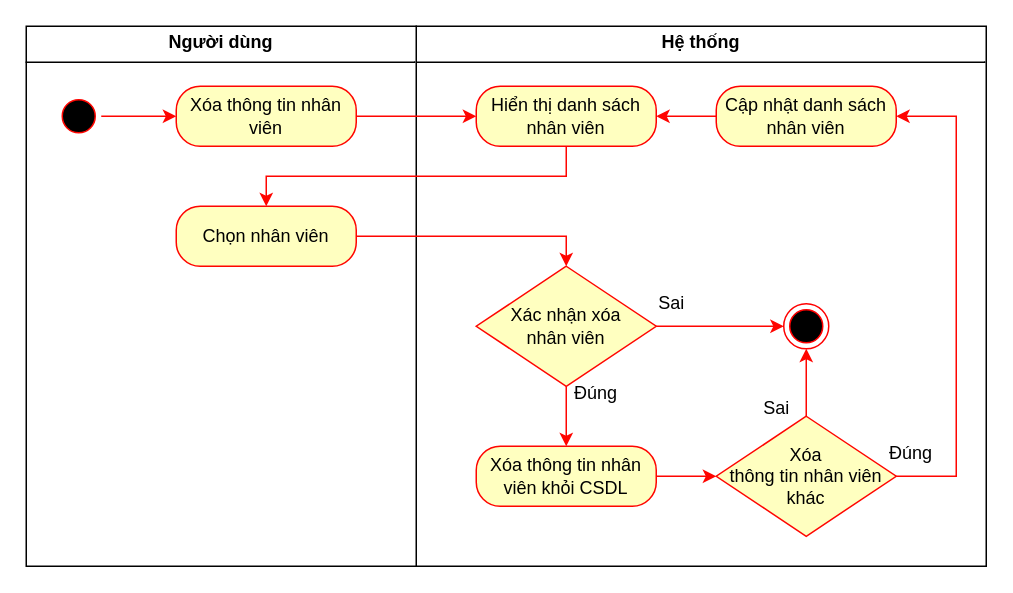
This is Sơ đồ hoạt động UC xóa thông tin nhân viên.drawio from HaojackYT/DAA_SA, a draw.io file, before an edit. Source tidied: cells renumbered, new cells numbered last; positions are measured from the earlier drawing's top-left corner, leaving out a move shared by most shapes. Both pictures are drawn from the tidied source at 150%, with x=0, y=0 at pixel (26, 26).
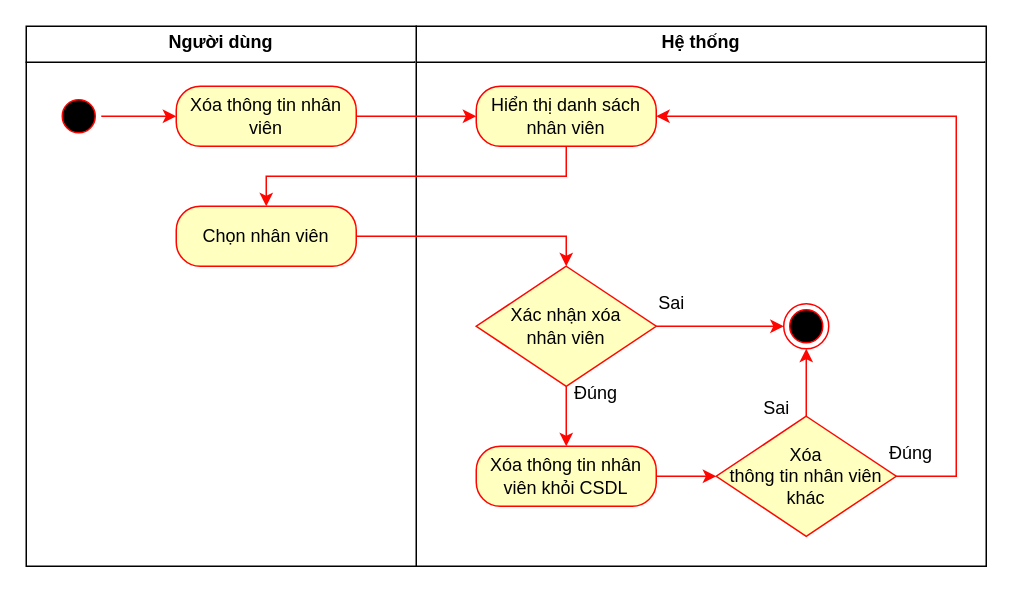
The same diagram, later.

The change refers to these unchanged cells:
```xml
<mxCell id="11" value="Hiển thị danh sách nhân viên" style="rounded=1;whiteSpace=wrap;html=1;arcSize=40;fontColor=#000000;fillColor=#ffffc0;strokeColor=#ff0000;" parent="1" vertex="1">
  <mxGeometry x="300" y="40" width="120" height="40" as="geometry" />
</mxCell>
<mxCell id="19" value="Xóa&lt;br&gt;thông tin&amp;nbsp;&lt;span style=&quot;background-color: transparent; color: light-dark(rgb(0, 0, 0), rgb(237, 237, 237));&quot;&gt;nhân viên&lt;/span&gt;&lt;div&gt;khác&lt;/div&gt;" style="rhombus;whiteSpace=wrap;html=1;fontColor=#000000;fillColor=#ffffc0;strokeColor=#FF0500;" parent="1" vertex="1">
  <mxGeometry x="460" y="260" width="120" height="80" as="geometry" />
</mxCell>
```

Diff of the diagram source:
```diff
@@
-    <mxCell id="18" style="edgeStyle=orthogonalEdgeStyle;rounded=0;jettySize=auto;html=1;entryX=1;entryY=0.5;entryDx=0;entryDy=0;strokeColor=#FF0500;" parent="1" edge="1" source="19" target="26">
+    <mxCell id="18" style="edgeStyle=orthogonalEdgeStyle;rounded=0;jettySize=auto;html=1;entryX=1;entryY=0.5;entryDx=0;entryDy=0;strokeColor=#FF0500;" parent="1" edge="1" source="19" target="11">
       <mxGeometry relative="1" as="geometry">
         <Array as="points">
           <mxPoint x="620" y="300" />
           <mxPoint x="620" y="60" />
         </Array>
       </mxGeometry>
     </mxCell>
@@
-    <mxCell id="25" style="edgeStyle=orthogonalEdgeStyle;rounded=0;jettySize=auto;html=1;strokeColor=#FF0500;" parent="1" edge="1" source="26" target="11">
-      <mxGeometry relative="1" as="geometry" />
-    </mxCell>
-    <mxCell id="26" value="Cập nhật danh sách&lt;br&gt;nhân viên" style="rounded=1;whiteSpace=wrap;html=1;arcSize=40;fontColor=#000000;fillColor=#ffffc0;strokeColor=#ff0000;" parent="1" vertex="1">
-      <mxGeometry x="460" y="40" width="120" height="40" as="geometry" />
-    </mxCell>
```
